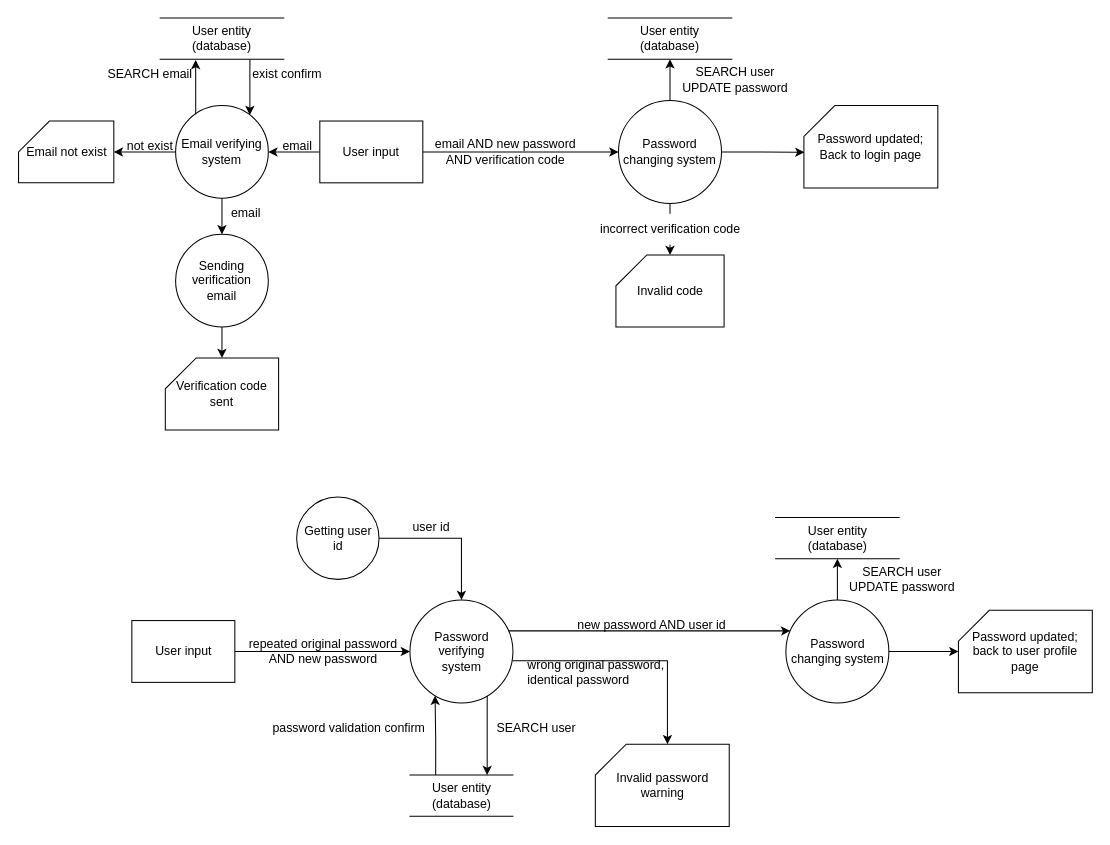
Before: DFD/Password System.drawio in DonaldLamNL/buzzer, a draw.io diagram. Source tidied: cells renumbered, new cells numbered last; positions are measured from the earlier drawing's top-left corner, leaving out a move shared by most shapes. Both pictures are drawn from the tidied source at 103%, with x=0, y=0 at pixel (19, 18).
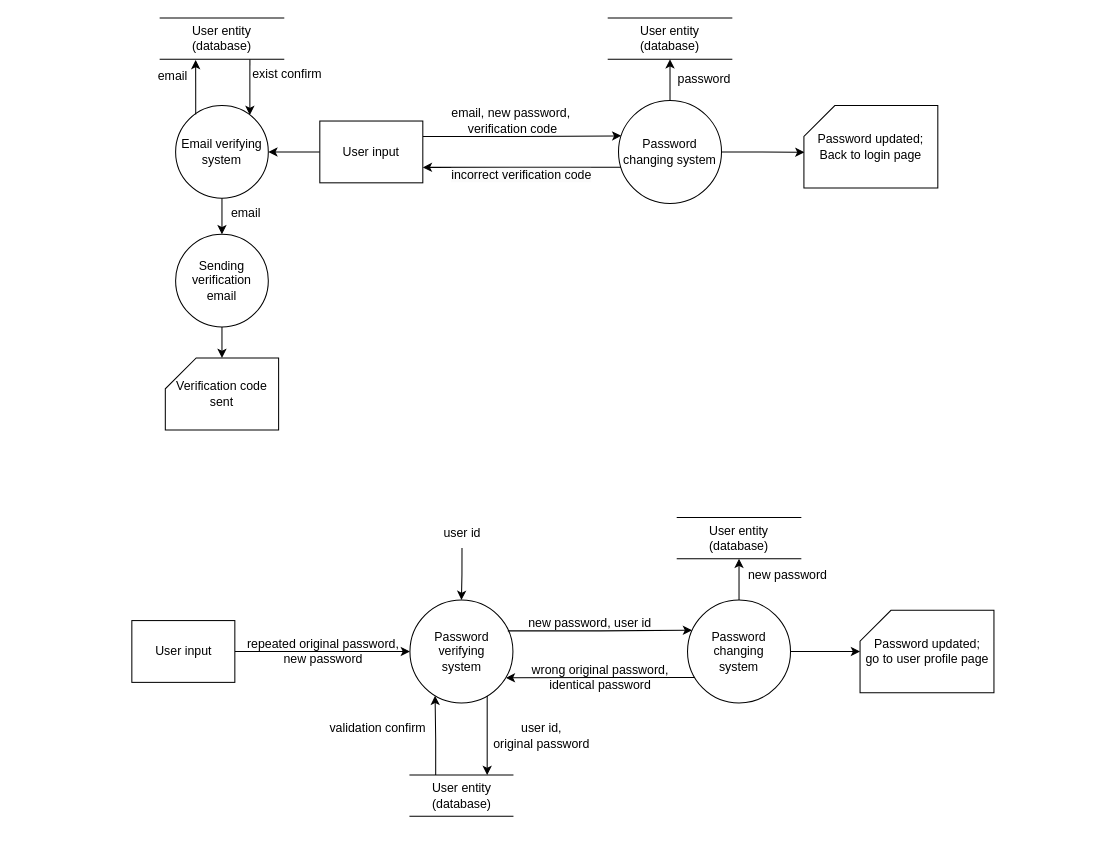
The same diagram, later.

The change refers to these unchanged cells:
```xml
<mxCell id="4" value="User input" style="rounded=0;whiteSpace=wrap;html=1;" parent="1" vertex="1">
  <mxGeometry x="292" y="100" width="100" height="60" as="geometry" />
</mxCell>
<mxCell id="12" value="Password changing system" style="ellipse;whiteSpace=wrap;html=1;rounded=0;strokeColor=default;fontFamily=Helvetica;fontSize=12;fontColor=default;fillColor=none;" parent="1" vertex="1">
  <mxGeometry x="582" y="80" width="100" height="100" as="geometry" />
</mxCell>
<mxCell id="19" value="Email verifying system" style="ellipse;whiteSpace=wrap;html=1;rounded=0;strokeColor=default;fontFamily=Helvetica;fontSize=12;fontColor=default;fillColor=none;" parent="1" vertex="1">
  <mxGeometry x="152" y="85" width="90" height="90" as="geometry" />
</mxCell>
<mxCell id="26" value="Password verifying&lt;br&gt;system" style="ellipse;whiteSpace=wrap;html=1;rounded=0;strokeColor=default;fontFamily=Helvetica;fontSize=12;fontColor=default;fillColor=none;" parent="1" vertex="1">
  <mxGeometry x="379.5" y="565" width="100" height="100" as="geometry" />
</mxCell>
```

Diff of the diagram source:
```diff
@@
-    <mxCell id="2" style="edgeStyle=orthogonalEdgeStyle;rounded=0;jettySize=auto;html=1;exitX=1;exitY=0.5;exitDx=0;exitDy=0;entryX=0;entryY=0.5;entryDx=0;entryDy=0;" parent="1" edge="1" source="4">
-      <mxGeometry relative="1" as="geometry">
-        <mxPoint x="582" y="130" as="targetPoint" />
-      </mxGeometry>
+    <mxCell id="2" style="edgeStyle=orthogonalEdgeStyle;rounded=0;jettySize=auto;html=1;exitX=1;exitY=0.25;exitDx=0;exitDy=0;entryX=0.027;entryY=0.344;entryDx=0;entryDy=0;entryPerimeter=0;" parent="1" edge="1" source="4" target="12">
+      <mxGeometry relative="1" as="geometry" />
     </mxCell>
-    <mxCell id="3" style="edgeStyle=orthogonalEdgeStyle;rounded=0;jettySize=auto;html=1;exitX=0;exitY=0.5;exitDx=0;exitDy=0;entryX=1;entryY=0.5;entryDx=0;entryDy=0;" parent="1" edge="1" source="4" target="19">
+    <mxCell id="3" style="edgeStyle=orthogonalEdgeStyle;rounded=0;jettySize=auto;html=1;" parent="1" edge="1" source="4" target="19">
       <mxGeometry relative="1" as="geometry" />
     </mxCell>
@@
-    <mxCell id="6" value="email" style="text;html=1;align=center;verticalAlign=middle;strokeColor=none;fillColor=none;" parent="1" vertex="1">
-      <mxGeometry x="244.5" y="110" width="50" height="30" as="geometry" />
-    </mxCell>
@@
+    <mxCell id="54" style="edgeStyle=orthogonalEdgeStyle;rounded=0;jettySize=auto;html=1;entryX=1;entryY=0.75;entryDx=0;entryDy=0;exitX=0.023;exitY=0.649;exitDx=0;exitDy=0;exitPerimeter=0;" parent="1" edge="1" source="12" target="4">
+      <mxGeometry relative="1" as="geometry" />
+    </mxCell>
@@
-    <mxCell id="13" value="email AND new password &lt;br&gt;AND verification code" style="text;html=1;align=center;verticalAlign=middle;strokeColor=none;fillColor=none;" parent="1" vertex="1">
-      <mxGeometry x="392" y="110" width="160" height="40" as="geometry" />
+    <mxCell id="13" value="email, new password,&amp;nbsp;&lt;br&gt;verification code" style="text;html=1;align=center;verticalAlign=middle;strokeColor=none;fillColor=none;" parent="1" vertex="1">
+      <mxGeometry x="410.5" y="80" width="137" height="40" as="geometry" />
     </mxCell>
@@
-    <mxCell id="15" value="SEARCH email" style="text;html=1;align=center;verticalAlign=middle;strokeColor=none;fillColor=none;" parent="1" vertex="1">
-      <mxGeometry x="72" y="40" width="110" height="30" as="geometry" />
+    <mxCell id="15" value="email" style="text;html=1;align=center;verticalAlign=middle;strokeColor=none;fillColor=none;" parent="1" vertex="1">
+      <mxGeometry x="125" y="44" width="47" height="26" as="geometry" />
     </mxCell>
@@
-    <mxCell id="17" style="edgeStyle=orthogonalEdgeStyle;rounded=0;jettySize=auto;html=1;exitX=0;exitY=0.5;exitDx=0;exitDy=0;entryX=1;entryY=0.5;entryDx=0;entryDy=0;entryPerimeter=0;" parent="1" edge="1" source="19" target="41">
-      <mxGeometry relative="1" as="geometry" />
-    </mxCell>
@@
-    <mxCell id="24" value="Password changing system" style="ellipse;whiteSpace=wrap;html=1;rounded=0;strokeColor=default;fontFamily=Helvetica;fontSize=12;fontColor=default;fillColor=none;" parent="1" vertex="1">
-      <mxGeometry x="744.5" y="565" width="100" height="100" as="geometry" />
+    <mxCell id="24" value="Password changing&lt;br&gt;system" style="ellipse;whiteSpace=wrap;html=1;rounded=0;strokeColor=default;fontFamily=Helvetica;fontSize=12;fontColor=default;fillColor=none;" parent="1" vertex="1">
+      <mxGeometry x="649" y="565" width="100" height="100" as="geometry" />
     </mxCell>
+    <mxCell id="55" style="edgeStyle=orthogonalEdgeStyle;rounded=0;jettySize=auto;html=1;entryX=0.5;entryY=0;entryDx=0;entryDy=0;exitX=0.509;exitY=0.983;exitDx=0;exitDy=0;exitPerimeter=0;" parent="1" edge="1" source="40" target="26">
+      <mxGeometry relative="1" as="geometry" />
+    </mxCell>
-    <mxCell id="25" style="edgeStyle=orthogonalEdgeStyle;rounded=0;jettySize=auto;html=1;exitX=0.959;exitY=0.3;exitDx=0;exitDy=0;entryX=0.042;entryY=0.298;entryDx=0;entryDy=0;exitPerimeter=0;entryPerimeter=0;" parent="1" edge="1" source="26" target="24">
-      <mxGeometry relative="1" as="geometry">
-        <Array as="points">
-          <mxPoint x="744.5" y="595" />
-        </Array>
-      </mxGeometry>
+    <mxCell id="25" style="edgeStyle=orthogonalEdgeStyle;rounded=0;jettySize=auto;html=1;exitX=0.95;exitY=0.3;exitDx=0;exitDy=0;entryX=0.044;entryY=0.294;entryDx=0;entryDy=0;exitPerimeter=0;entryPerimeter=0;" parent="1" edge="1" source="26" target="24">
+      <mxGeometry relative="1" as="geometry" />
     </mxCell>
+    <mxCell id="56" style="edgeStyle=orthogonalEdgeStyle;rounded=0;jettySize=auto;html=1;entryX=0.931;entryY=0.756;entryDx=0;entryDy=0;entryPerimeter=0;exitX=0.072;exitY=0.753;exitDx=0;exitDy=0;exitPerimeter=0;" parent="1" edge="1" source="24" target="26">
+      <mxGeometry relative="1" as="geometry" />
+    </mxCell>
@@
-    <mxCell id="27" value="repeated original password &lt;br&gt;AND new password" style="text;html=1;align=center;verticalAlign=middle;strokeColor=none;fillColor=none;" parent="1" vertex="1">
-      <mxGeometry x="209.5" y="595" width="170" height="40" as="geometry" />
+    <mxCell id="27" value="repeated original password,&lt;br&gt;new password" style="text;html=1;align=center;verticalAlign=middle;strokeColor=none;fillColor=none;" parent="1" vertex="1">
+      <mxGeometry x="212.5" y="595" width="165" height="40" as="geometry" />
     </mxCell>
@@
-    <mxCell id="31" value="Password updated;&lt;br&gt;back to user profile page" style="shape=card;whiteSpace=wrap;html=1;" parent="1" vertex="1">
-      <mxGeometry x="912" y="575" width="130" height="80" as="geometry" />
+    <mxCell id="31" value="Password updated;&lt;br&gt;go to user profile page" style="shape=card;whiteSpace=wrap;html=1;" parent="1" vertex="1">
+      <mxGeometry x="816.5" y="575" width="130" height="80" as="geometry" />
     </mxCell>
     <mxCell id="32" value="User entity (database)" style="shape=partialRectangle;whiteSpace=wrap;html=1;left=0;right=0;fillColor=none;rounded=0;strokeColor=default;fontFamily=Helvetica;fontSize=12;fontColor=default;" parent="1" vertex="1">
-      <mxGeometry x="734.5" y="485" width="120" height="40" as="geometry" />
+      <mxGeometry x="639" y="485" width="120" height="40" as="geometry" />
     </mxCell>
-    <mxCell id="33" value="SEARCH user&lt;br&gt;UPDATE password" style="text;html=1;align=center;verticalAlign=middle;strokeColor=none;fillColor=none;" parent="1" vertex="1">
-      <mxGeometry x="792" y="525" width="130" height="40" as="geometry" />
+    <mxCell id="33" value="new password" style="text;html=1;align=center;verticalAlign=middle;strokeColor=none;fillColor=none;" parent="1" vertex="1">
+      <mxGeometry x="698.5" y="528" width="95" height="26" as="geometry" />
     </mxCell>
-    <mxCell id="34" value="new password AND user id" style="text;html=1;align=center;verticalAlign=middle;strokeColor=none;fillColor=none;" parent="1" vertex="1">
-      <mxGeometry x="529" y="575" width="170" height="30" as="geometry" />
+    <mxCell id="34" value="new password, user id" style="text;html=1;align=center;verticalAlign=middle;strokeColor=none;fillColor=none;" parent="1" vertex="1">
+      <mxGeometry x="485" y="575" width="137" height="26" as="geometry" />
     </mxCell>
-    <mxCell id="35" value="SEARCH user" style="text;html=1;align=center;verticalAlign=middle;strokeColor=none;fillColor=none;" parent="1" vertex="1">
-      <mxGeometry x="452" y="675" width="100" height="30" as="geometry" />
+    <mxCell id="35" value="user id,&lt;br&gt;original password" style="text;html=1;align=center;verticalAlign=middle;strokeColor=none;fillColor=none;" parent="1" vertex="1">
+      <mxGeometry x="451" y="677" width="111" height="40" as="geometry" />
     </mxCell>
-    <mxCell id="36" value="Invalid&amp;nbsp;password warning" style="shape=card;whiteSpace=wrap;html=1;" parent="1" vertex="1">
-      <mxGeometry x="559.5" y="705" width="130" height="80" as="geometry" />
-    </mxCell>
-    <mxCell id="37" value="password validation confirm" style="text;html=1;align=center;verticalAlign=middle;strokeColor=none;fillColor=none;" parent="1" vertex="1">
-      <mxGeometry x="234.5" y="675" width="170" height="30" as="geometry" />
+    <mxCell id="37" value="validation confirm" style="text;html=1;align=center;verticalAlign=middle;strokeColor=none;fillColor=none;" parent="1" vertex="1">
+      <mxGeometry x="292" y="677" width="111" height="26" as="geometry" />
     </mxCell>
-    <mxCell id="38" style="edgeStyle=orthogonalEdgeStyle;rounded=0;jettySize=auto;html=1;exitX=1;exitY=0.5;exitDx=0;exitDy=0;entryX=0.5;entryY=0;entryDx=0;entryDy=0;" parent="1" edge="1" source="39" target="26">
-      <mxGeometry relative="1" as="geometry" />
-    </mxCell>
-    <mxCell id="39" value="Getting user id" style="ellipse;whiteSpace=wrap;html=1;rounded=0;strokeColor=default;fontFamily=Helvetica;fontSize=12;fontColor=default;fillColor=none;" parent="1" vertex="1">
-      <mxGeometry x="269.5" y="465" width="80" height="80" as="geometry" />
-    </mxCell>
     <mxCell id="40" value="user id" style="text;html=1;align=center;verticalAlign=middle;points=[];strokeColor=none;fillColor=none;" parent="1" vertex="1">
-      <mxGeometry x="369.5" y="480" width="60" height="30" as="geometry" />
+      <mxGeometry x="399.5" y="485" width="60" height="30" as="geometry" />
     </mxCell>
-    <mxCell id="41" value="Email not exist" style="shape=card;whiteSpace=wrap;html=1;" parent="1" vertex="1">
-      <mxGeometry x="-0.5" y="100" width="92.5" height="60" as="geometry" />
-    </mxCell>
@@
-    <mxCell id="45" value="not exist" style="text;html=1;align=center;verticalAlign=middle;strokeColor=none;fillColor=none;" parent="1" vertex="1">
-      <mxGeometry x="92" y="110" width="70" height="30" as="geometry" />
-    </mxCell>
@@
-    <mxCell id="47" value="SEARCH user&lt;br&gt;UPDATE password" style="text;html=1;align=center;verticalAlign=middle;strokeColor=none;fillColor=none;" parent="1" vertex="1">
-      <mxGeometry x="629.5" y="40" width="130" height="40" as="geometry" />
+    <mxCell id="47" value="password" style="text;html=1;align=center;verticalAlign=middle;strokeColor=none;fillColor=none;" parent="1" vertex="1">
+      <mxGeometry x="630" y="47" width="69" height="26" as="geometry" />
     </mxCell>
-    <mxCell id="48" value="Invalid code" style="shape=card;whiteSpace=wrap;html=1;" parent="1" vertex="1">
-      <mxGeometry x="579.5" y="230" width="105" height="70" as="geometry" />
-    </mxCell>
-    <mxCell id="49" style="edgeStyle=orthogonalEdgeStyle;rounded=0;jettySize=auto;html=1;exitX=0.5;exitY=1;exitDx=0;exitDy=0;entryX=0.5;entryY=0;entryDx=0;entryDy=0;entryPerimeter=0;startArrow=none;" parent="1" edge="1" source="51" target="48">
-      <mxGeometry relative="1" as="geometry" />
-    </mxCell>
-    <mxCell id="50" style="edgeStyle=orthogonalEdgeStyle;rounded=0;jettySize=auto;html=1;exitX=0.5;exitY=1;exitDx=0;exitDy=0;entryX=0.5;entryY=0;entryDx=0;entryDy=0;entryPerimeter=0;endArrow=none;" parent="1" edge="1" target="51">
-      <mxGeometry relative="1" as="geometry">
-        <mxPoint x="632" y="180" as="sourcePoint" />
-      </mxGeometry>
-    </mxCell>
-    <mxCell id="51" value="incorrect verification code" style="text;html=1;align=center;verticalAlign=middle;points=[];strokeColor=none;fillColor=none;" parent="1" vertex="1">
-      <mxGeometry x="552" y="190" width="160" height="30" as="geometry" />
+    <mxCell id="51" value="&lt;span style=&quot;caret-color: rgb(0, 0, 0); color: rgb(0, 0, 0); font-family: Helvetica; font-size: 12px; font-style: normal; font-variant-caps: normal; font-weight: 400; letter-spacing: normal; text-align: center; text-indent: 0px; text-transform: none; word-spacing: 0px; -webkit-text-stroke-width: 0px; background-color: rgb(251, 251, 251); text-decoration: none; float: none; display: inline !important;&quot;&gt;incorrect verification code&lt;/span&gt;" style="text;whiteSpace=wrap;html=1;" parent="1" vertex="1">
+      <mxGeometry x="418" y="139" width="164" height="36" as="geometry" />
     </mxCell>
-    <mxCell id="52" value="&lt;span style=&quot;caret-color: rgb(0, 0, 0); color: rgb(0, 0, 0); font-family: Helvetica; font-size: 12px; font-style: normal; font-variant-caps: normal; font-weight: 400; letter-spacing: normal; text-align: center; text-indent: 0px; text-transform: none; word-spacing: 0px; -webkit-text-stroke-width: 0px; background-color: rgb(251, 251, 251); text-decoration: none; float: none; display: inline !important;&quot;&gt;wrong original password,&lt;br&gt;identical password&lt;/span&gt;" style="text;whiteSpace=wrap;html=1;" parent="1" vertex="1">
-      <mxGeometry x="492" y="615" width="270" height="40" as="geometry" />
+    <mxCell id="52" value="wrong original password,&lt;br style=&quot;border-color: var(--border-color);&quot;&gt;&lt;span style=&quot;&quot;&gt;identical password&lt;/span&gt;" style="text;html=1;align=center;verticalAlign=middle;strokeColor=none;fillColor=none;" parent="1" vertex="1">
+      <mxGeometry x="488" y="620" width="151" height="40" as="geometry" />
     </mxCell>
-    <mxCell id="53" style="edgeStyle=orthogonalEdgeStyle;rounded=0;jettySize=auto;html=1;exitX=0.994;exitY=0.591;exitDx=0;exitDy=0;exitPerimeter=0;" parent="1" edge="1" source="26">
-      <mxGeometry relative="1" as="geometry">
-        <mxPoint x="629.5" y="705" as="targetPoint" />
-        <Array as="points">
-          <mxPoint x="629.5" y="624" />
-          <mxPoint x="629.5" y="705" />
-        </Array>
-      </mxGeometry>
-    </mxCell>
```
